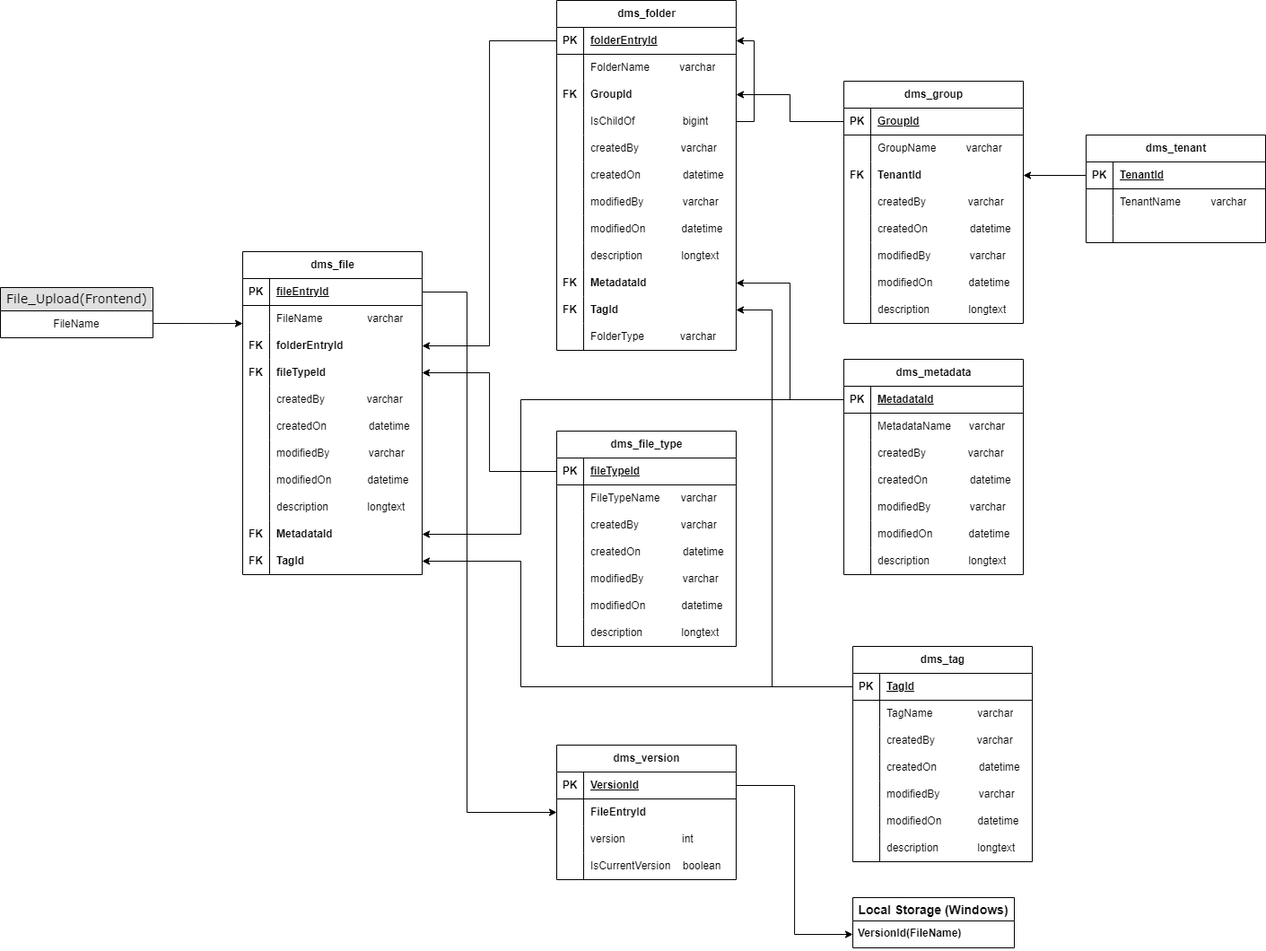
Earlier version of the draw.io export Upload-NxtGen.drawio.png (SandeepGowda7/Drawio). Source tidied: cells renumbered, new cells last; positions are measured from the earlier drawing's top-left corner, leaving out a move shared by most shapes.
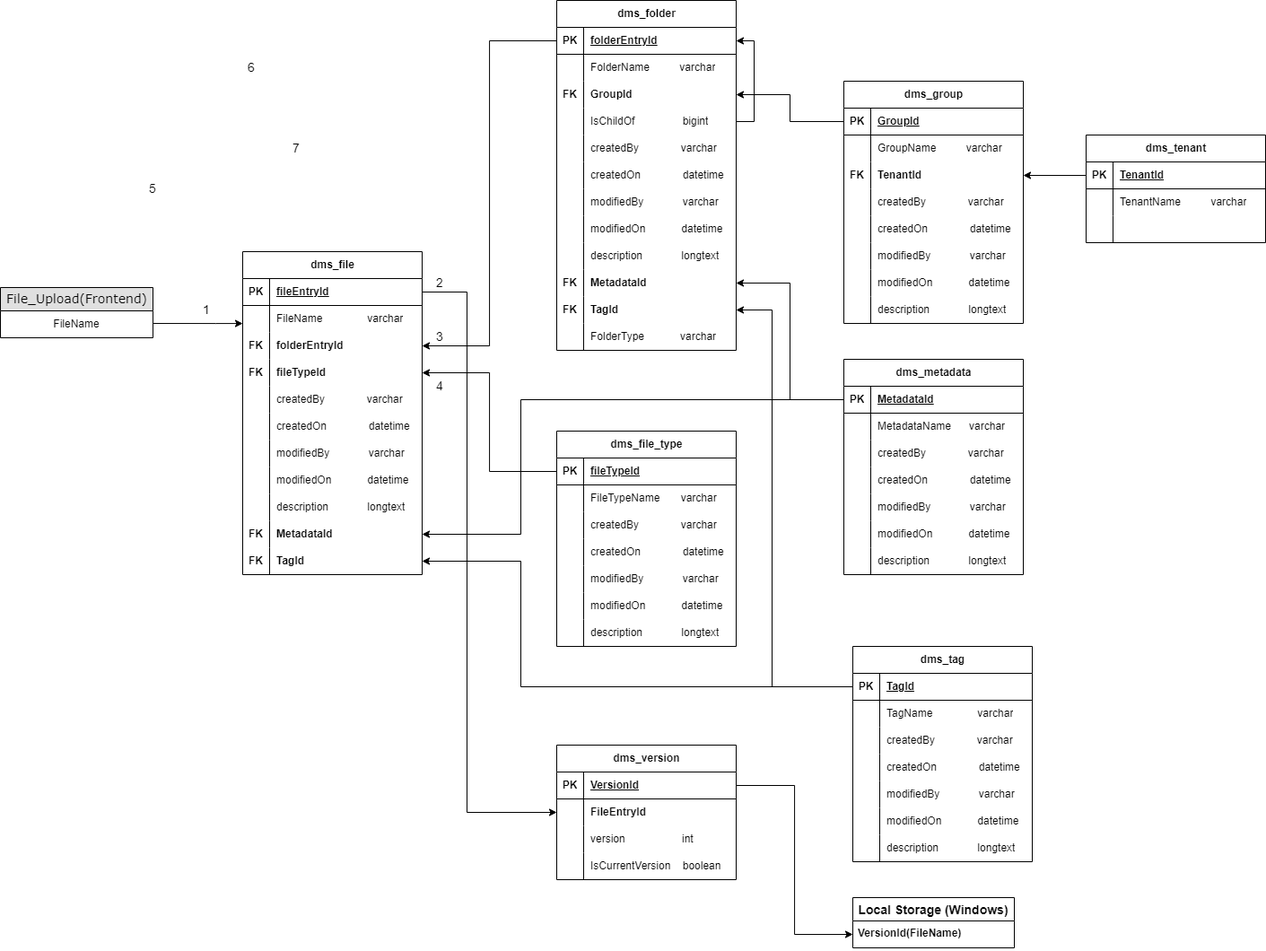
The same diagram one commit later.

The edit, as a diff of the source:
```diff
@@ -635,5 +635,26 @@
     <mxCell id="202" style="edgeStyle=orthogonalEdgeStyle;rounded=0;jettySize=auto;html=1;entryX=0;entryY=0.5;entryDx=0;entryDy=0;" parent="1" edge="1" source="146" target="201">
       <mxGeometry relative="1" as="geometry" />
     </mxCell>
+    <mxCell id="203" value="&lt;font style=&quot;font-size: 14px;&quot;&gt;1&lt;/font&gt;" style="text;html=1;strokeColor=none;fillColor=none;align=center;verticalAlign=middle;whiteSpace=wrap;rounded=0;" parent="1" vertex="1">
+      <mxGeometry x="200" y="330" width="60" height="30" as="geometry" />
+    </mxCell>
+    <mxCell id="204" value="&lt;font style=&quot;font-size: 14px;&quot;&gt;2&lt;/font&gt;" style="text;html=1;strokeColor=none;fillColor=none;align=center;verticalAlign=middle;whiteSpace=wrap;rounded=0;" parent="1" vertex="1">
+      <mxGeometry x="460" y="300" width="60" height="30" as="geometry" />
+    </mxCell>
+    <mxCell id="205" value="&lt;font style=&quot;font-size: 14px;&quot;&gt;3&lt;/font&gt;" style="text;html=1;strokeColor=none;fillColor=none;align=center;verticalAlign=middle;whiteSpace=wrap;rounded=0;" parent="1" vertex="1">
+      <mxGeometry x="460" y="360" width="60" height="30" as="geometry" />
+    </mxCell>
+    <mxCell id="206" value="&lt;font style=&quot;font-size: 14px;&quot;&gt;4&lt;/font&gt;" style="text;html=1;strokeColor=none;fillColor=none;align=center;verticalAlign=middle;whiteSpace=wrap;rounded=0;" parent="1" vertex="1">
+      <mxGeometry x="460" y="420" width="60" height="20" as="geometry" />
+    </mxCell>
+    <mxCell id="207" value="&lt;font style=&quot;font-size: 14px;&quot;&gt;5&lt;/font&gt;" style="text;html=1;strokeColor=none;fillColor=none;align=center;verticalAlign=middle;whiteSpace=wrap;rounded=0;" parent="1" vertex="1">
+      <mxGeometry x="140" y="195" width="60" height="30" as="geometry" />
+    </mxCell>
+    <mxCell id="208" value="&lt;font style=&quot;font-size: 14px;&quot;&gt;6&lt;/font&gt;" style="text;html=1;strokeColor=none;fillColor=none;align=center;verticalAlign=middle;whiteSpace=wrap;rounded=0;" parent="1" vertex="1">
+      <mxGeometry x="250" y="60" width="60" height="30" as="geometry" />
+    </mxCell>
+    <mxCell id="209" value="&lt;font style=&quot;font-size: 14px;&quot;&gt;7&lt;/font&gt;" style="text;html=1;strokeColor=none;fillColor=none;align=center;verticalAlign=middle;whiteSpace=wrap;rounded=0;" parent="1" vertex="1">
+      <mxGeometry x="300" y="150" width="60" height="30" as="geometry" />
+    </mxCell>
   </root>
 </mxGraphModel>
```
